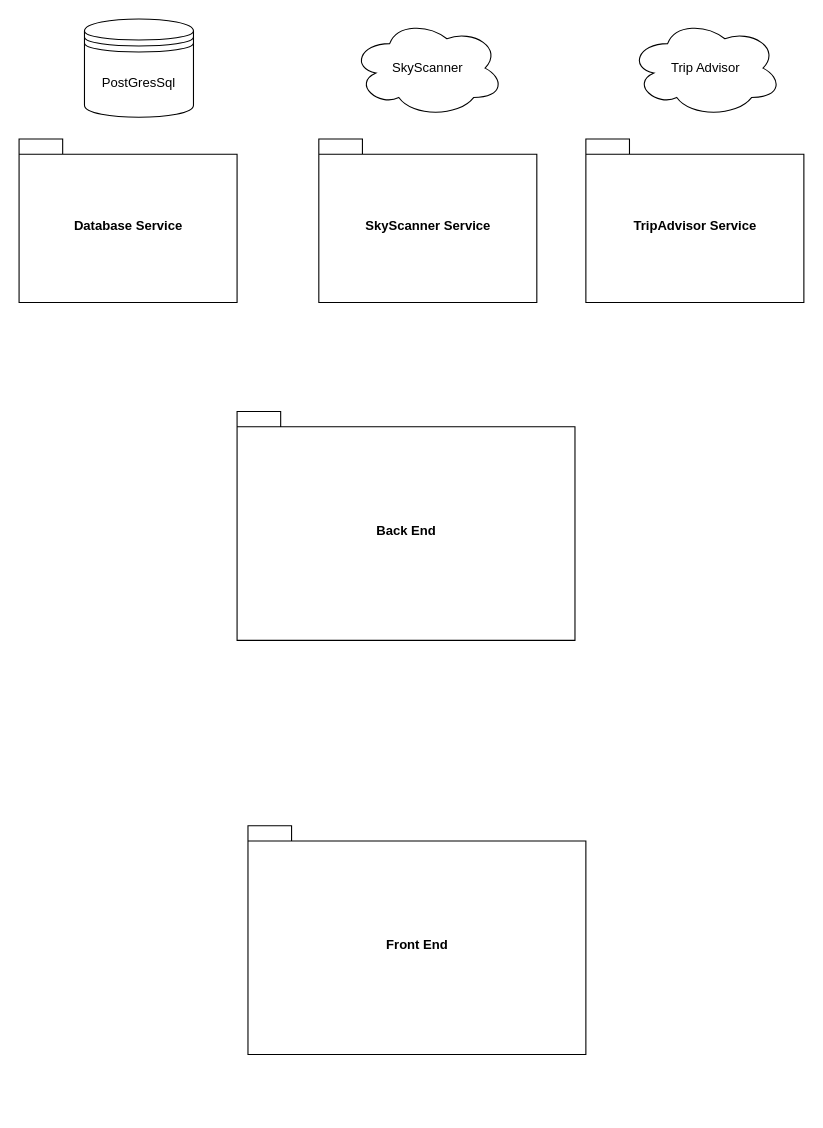
This is page "Service Layout" (1 of 3) of Design/MyVacationPlanner.drawio from Tomek-Stolarczyk/MyVacationPlanner, a draw.io file, before an edit. Source tidied: cells renumbered, new cells numbered last; positions are measured from the earlier drawing's top-left corner, leaving out a move shared by most shapes. Both pictures are drawn from the tidied source at 109%, with x=0, y=0 at pixel (19, 19).
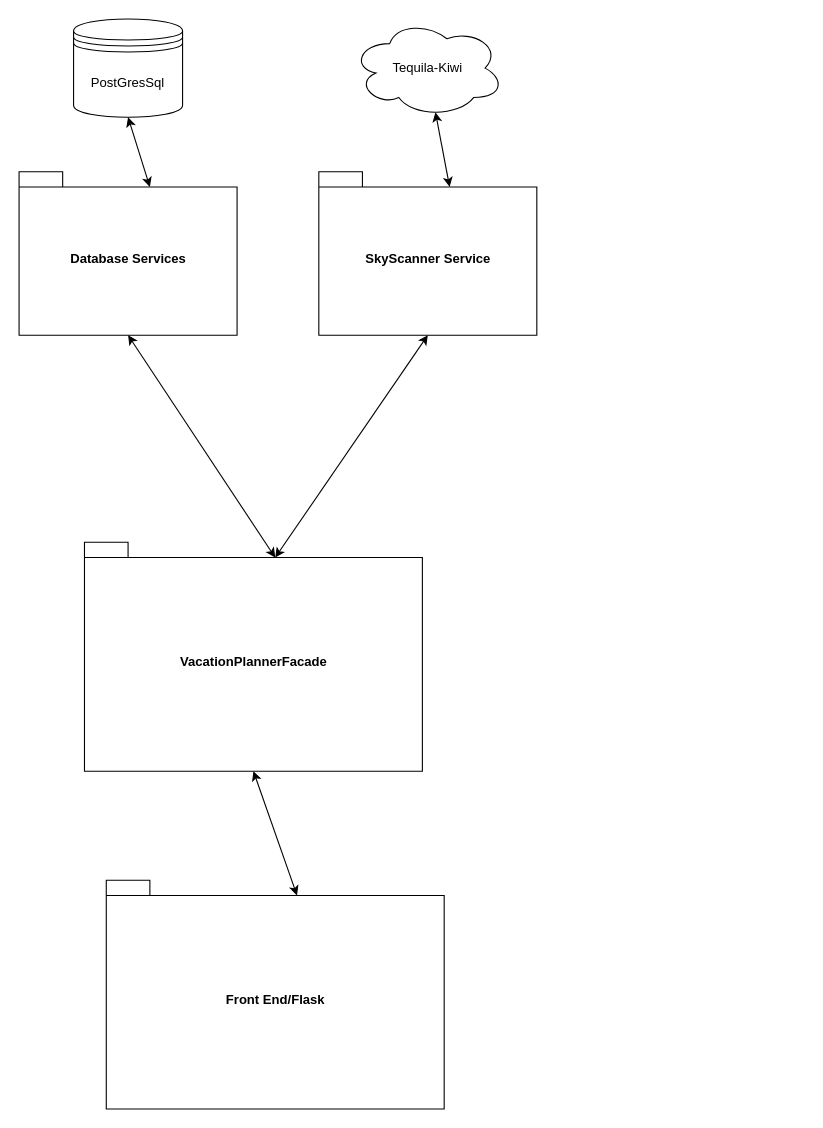
After the change.

Change to the diagram source:
```diff
@@
 <mxGraphModel>
   <root>
     <mxCell id="0" />
     <mxCell id="1" parent="0" />
     <mxCell id="2" value="PostGresSql" style="shape=datastore;whiteSpace=wrap;html=1;" parent="1" vertex="1">
-      <mxGeometry x="60" width="100" height="90" as="geometry" />
+      <mxGeometry x="50" width="100" height="90" as="geometry" />
     </mxCell>
-    <mxCell id="3" value="Database Service" style="shape=folder;fontStyle=1;spacingTop=10;tabWidth=40;tabHeight=14;tabPosition=left;html=1;" parent="1" vertex="1">
-      <mxGeometry y="110" width="200" height="150" as="geometry" />
+    <mxCell id="3" value="Database Services" style="shape=folder;fontStyle=1;spacingTop=10;tabWidth=40;tabHeight=14;tabPosition=left;html=1;" parent="1" vertex="1">
+      <mxGeometry y="140" width="200" height="150" as="geometry" />
     </mxCell>
     <mxCell id="4" value="SkyScanner Service" style="shape=folder;fontStyle=1;spacingTop=10;tabWidth=40;tabHeight=14;tabPosition=left;html=1;" parent="1" vertex="1">
-      <mxGeometry x="275" y="110" width="200" height="150" as="geometry" />
+      <mxGeometry x="275" y="140" width="200" height="150" as="geometry" />
     </mxCell>
-    <mxCell id="5" value="Front End" style="shape=folder;fontStyle=1;spacingTop=10;tabWidth=40;tabHeight=14;tabPosition=left;html=1;" parent="1" vertex="1">
-      <mxGeometry x="210" y="740" width="310" height="210" as="geometry" />
+    <mxCell id="5" value="Front End/Flask" style="shape=folder;fontStyle=1;spacingTop=10;tabWidth=40;tabHeight=14;tabPosition=left;html=1;" parent="1" vertex="1">
+      <mxGeometry x="80" y="790" width="310" height="210" as="geometry" />
     </mxCell>
-    <mxCell id="6" value="SkyScanner" style="ellipse;shape=cloud;whiteSpace=wrap;html=1;align=center;" parent="1" vertex="1">
+    <mxCell id="6" value="Tequila-Kiwi" style="ellipse;shape=cloud;whiteSpace=wrap;html=1;align=center;" parent="1" vertex="1">
       <mxGeometry x="305" width="140" height="90" as="geometry" />
     </mxCell>
-    <mxCell id="7" value="TripAdvisor Service" style="shape=folder;fontStyle=1;spacingTop=10;tabWidth=40;tabHeight=14;tabPosition=left;html=1;" parent="1" vertex="1">
-      <mxGeometry x="520" y="110" width="200" height="150" as="geometry" />
-    </mxCell>
-    <mxCell id="8" value="Trip Advisor" style="ellipse;shape=cloud;whiteSpace=wrap;html=1;align=center;" parent="1" vertex="1">
-      <mxGeometry x="560" width="140" height="90" as="geometry" />
-    </mxCell>
-    <mxCell id="9" value="Back End" style="shape=folder;fontStyle=1;spacingTop=10;tabWidth=40;tabHeight=14;tabPosition=left;html=1;" parent="1" vertex="1">
-      <mxGeometry x="200" y="360" width="310" height="210" as="geometry" />
+    <mxCell id="9" value="VacationPlannerFacade" style="shape=folder;fontStyle=1;spacingTop=10;tabWidth=40;tabHeight=14;tabPosition=left;html=1;" parent="1" vertex="1">
+      <mxGeometry x="60" y="480" width="310" height="210" as="geometry" />
     </mxCell>
+    <mxCell id="10" style="endArrow=classic;startArrow=classic;html=1;rounded=0;entryX=0.5;entryY=1;entryDx=0;entryDy=0;entryPerimeter=0;exitX=0;exitY=0;exitDx=175;exitDy=14;exitPerimeter=0;" parent="1" edge="1" source="5" target="9">
+      <mxGeometry relative="1" as="geometry" />
+    </mxCell>
+    <mxCell id="11" style="endArrow=classic;startArrow=classic;html=1;rounded=0;entryX=0.5;entryY=1;entryDx=0;entryDy=0;entryPerimeter=0;exitX=0;exitY=0;exitDx=175;exitDy=14;exitPerimeter=0;" parent="1" edge="1" source="9" target="3">
+      <mxGeometry relative="1" as="geometry" />
+    </mxCell>
+    <mxCell id="12" style="endArrow=classic;startArrow=classic;html=1;rounded=0;entryX=0.5;entryY=1;entryDx=0;entryDy=0;entryPerimeter=0;exitX=0;exitY=0;exitDx=175;exitDy=14;exitPerimeter=0;" parent="1" edge="1" source="9" target="4">
+      <mxGeometry relative="1" as="geometry" />
+    </mxCell>
+    <mxCell id="13" style="endArrow=classic;startArrow=classic;html=1;rounded=0;entryX=0.55;entryY=0.95;entryDx=0;entryDy=0;entryPerimeter=0;exitX=0;exitY=0;exitDx=120;exitDy=14;exitPerimeter=0;" parent="1" edge="1" source="4" target="6">
+      <mxGeometry relative="1" as="geometry" />
+    </mxCell>
+    <mxCell id="14" style="endArrow=classic;startArrow=classic;html=1;rounded=0;entryX=0.5;entryY=1;entryDx=0;entryDy=0;exitX=0;exitY=0;exitDx=120;exitDy=14;exitPerimeter=0;" parent="1" edge="1" source="3" target="2">
+      <mxGeometry relative="1" as="geometry" />
+    </mxCell>
   </root>
 </mxGraphModel>
```
